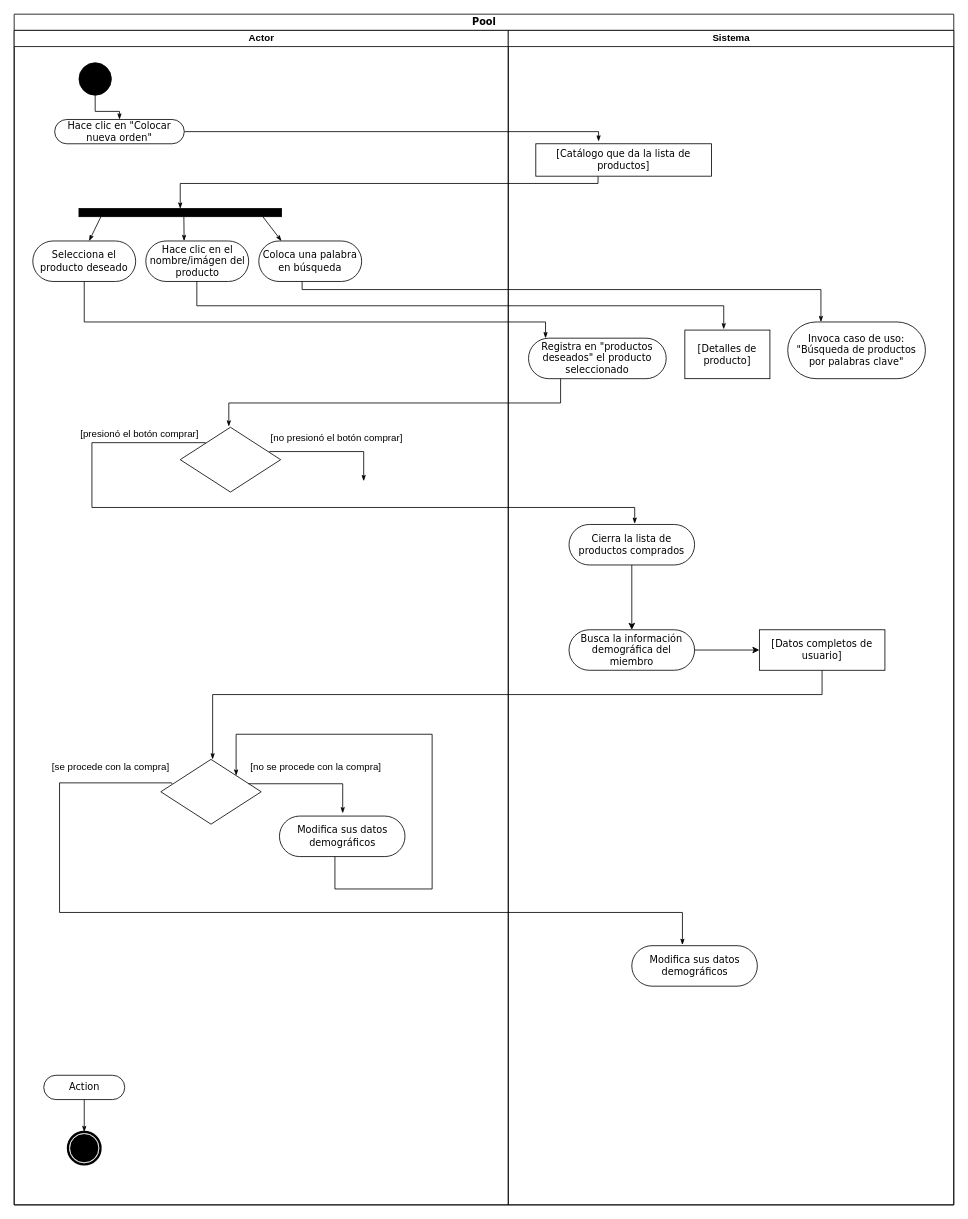
The draw.io diagram Taller diagrama de actividades.drawio in NeutronBlast/IS-Ex, before the edit. Source tidied: cells renumbered, new cells numbered last; positions are measured from the earlier drawing's top-left corner, leaving out a move shared by most shapes. Both pictures are drawn from the tidied source at 81%, with x=0, y=0 at pixel (14, 14).
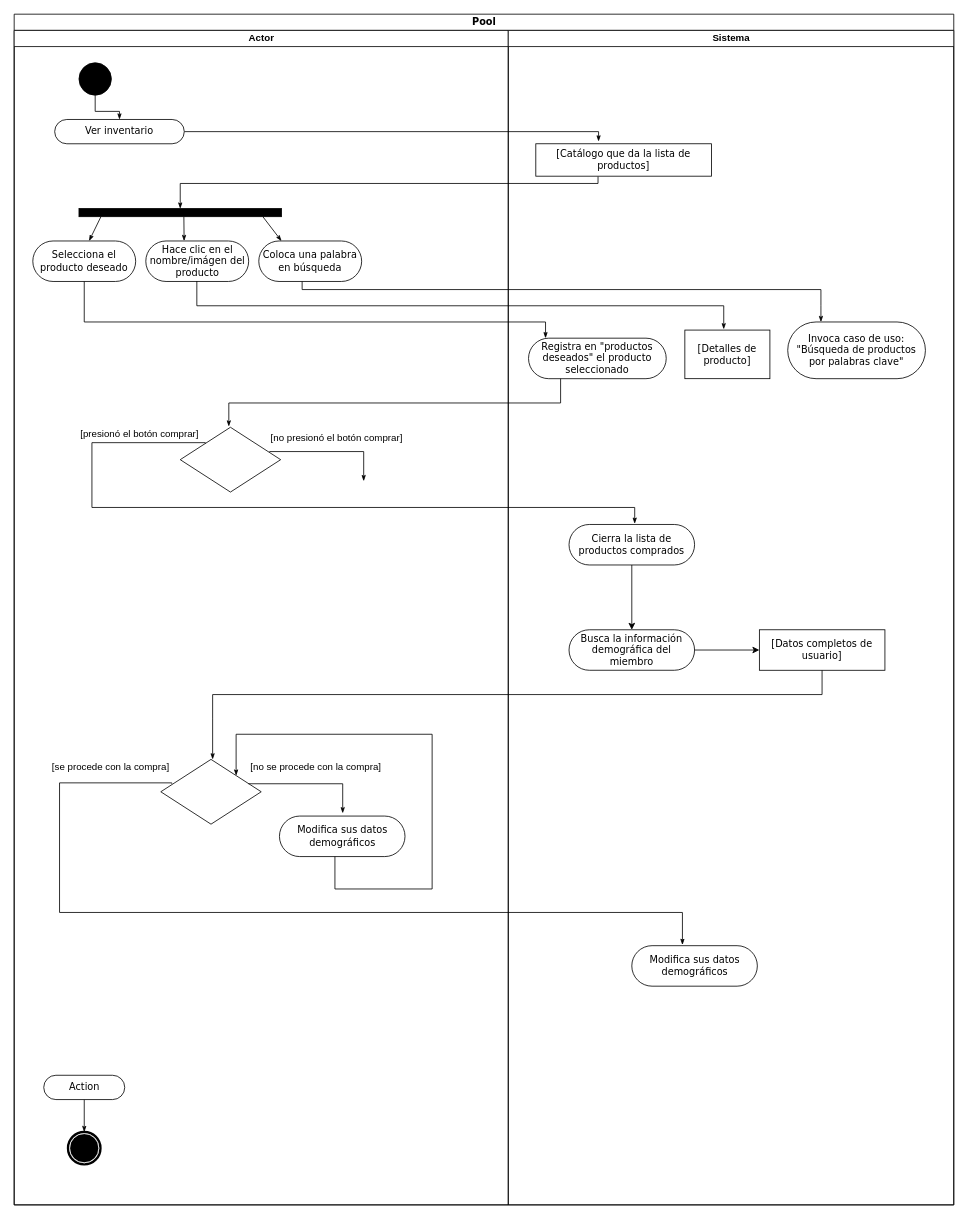
The same diagram, later.

The change refers to these unchanged cells:
```xml
<mxCell id="5" value="Actor" style="swimlane;html=1;startSize=20;" parent="2" vertex="1">
  <mxGeometry y="20" width="610" height="1450" as="geometry" />
</mxCell>
```

Diff of the diagram source:
```diff
@@
-    <mxCell id="8" value="Hace clic en &quot;Colocar nueva orden&quot;" style="rounded=1;whiteSpace=wrap;html=1;shadow=0;comic=0;labelBackgroundColor=none;strokeColor=#000000;strokeWidth=1;fillColor=#ffffff;fontFamily=Verdana;fontSize=12;fontColor=#000000;align=center;arcSize=50;" parent="5" vertex="1">
+    <mxCell id="8" value="Ver inventario" style="rounded=1;whiteSpace=wrap;html=1;shadow=0;comic=0;labelBackgroundColor=none;strokeColor=#000000;strokeWidth=1;fillColor=#ffffff;fontFamily=Verdana;fontSize=12;fontColor=#000000;align=center;arcSize=50;" parent="5" vertex="1">
       <mxGeometry x="50" y="110" width="160" height="30" as="geometry" />
     </mxCell>
```
